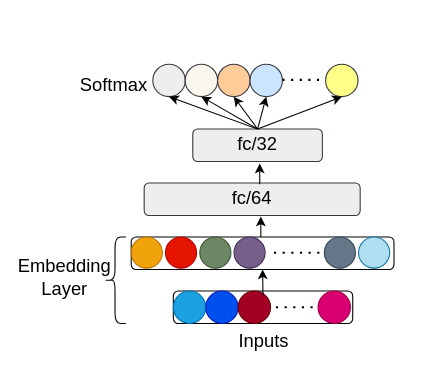
jlinleung/Cheatsheets keeps this draw.io diagram as page "View Gate" (1 of 9) of Untitled Diagram.drawio. Above is the earlier version. Source tidied: cells renumbered, new cells numbered last; positions are measured from the earlier drawing's top-left corner, leaving out a move shared by most shapes. Both pictures are drawn from the tidied source at 108%, with x=0, y=0 at pixel (51, 64).
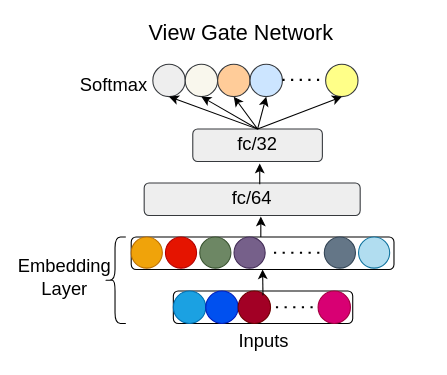
The same diagram, later.

Diff of the diagram source:
```diff
@@
+    <mxCell id="38" value="View Gate Network" style="text;html=1;strokeColor=none;fillColor=none;align=center;verticalAlign=middle;whiteSpace=wrap;rounded=0;sketch=0;fontSize=20;" parent="1" vertex="1">
+      <mxGeometry x="86" y="-40" width="180" height="20" as="geometry" />
+    </mxCell>
```
